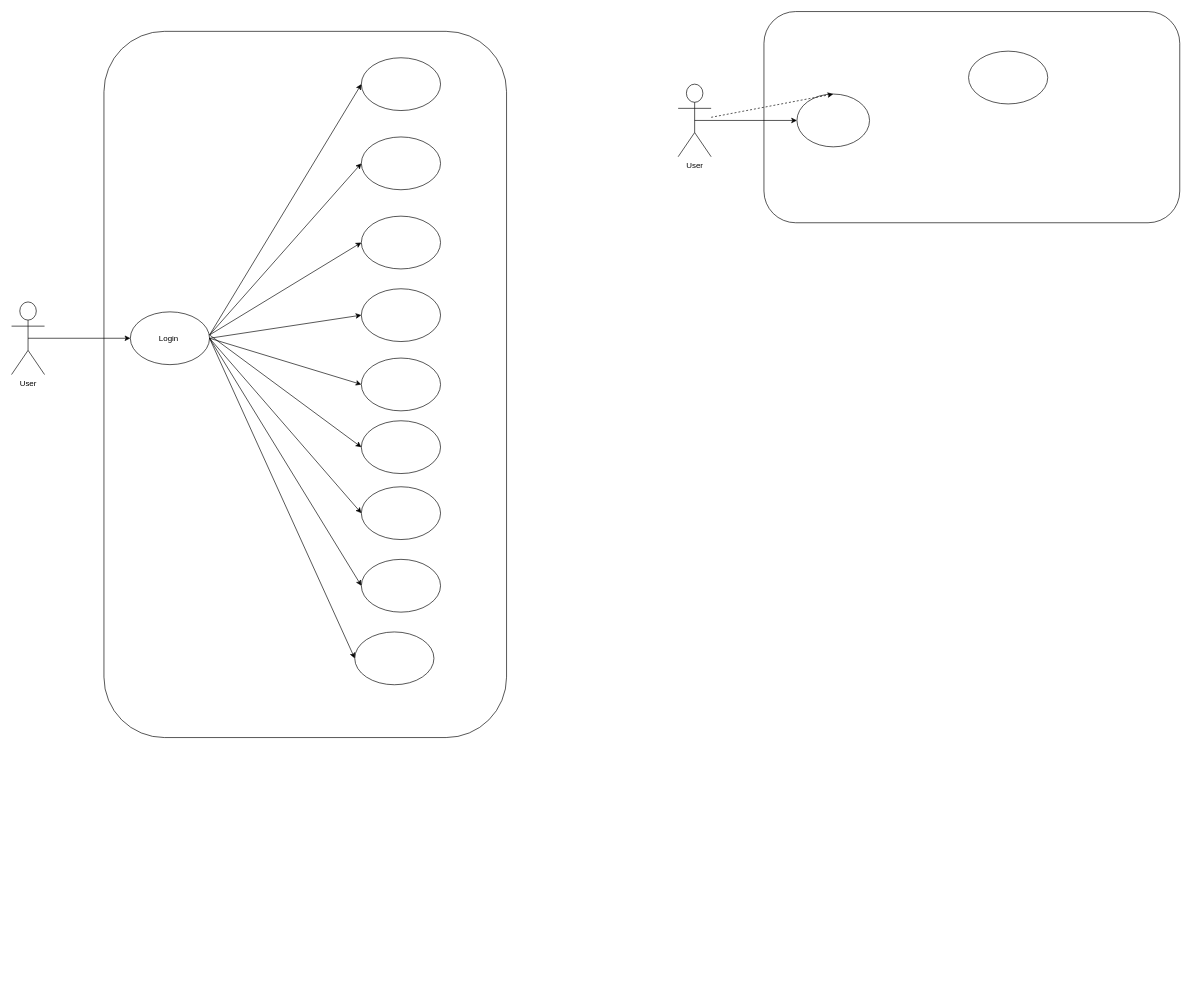
Mewww2k4/Project keeps this draw.io diagram as Untitled Diagram.drawio. Above is the earlier version. Source tidied: cells renumbered, new cells numbered last; positions are measured from the earlier drawing's top-left corner, leaving out a move shared by most shapes. Both pictures are drawn from the tidied source at 66%, with x=0, y=0 at pixel (11, 11).
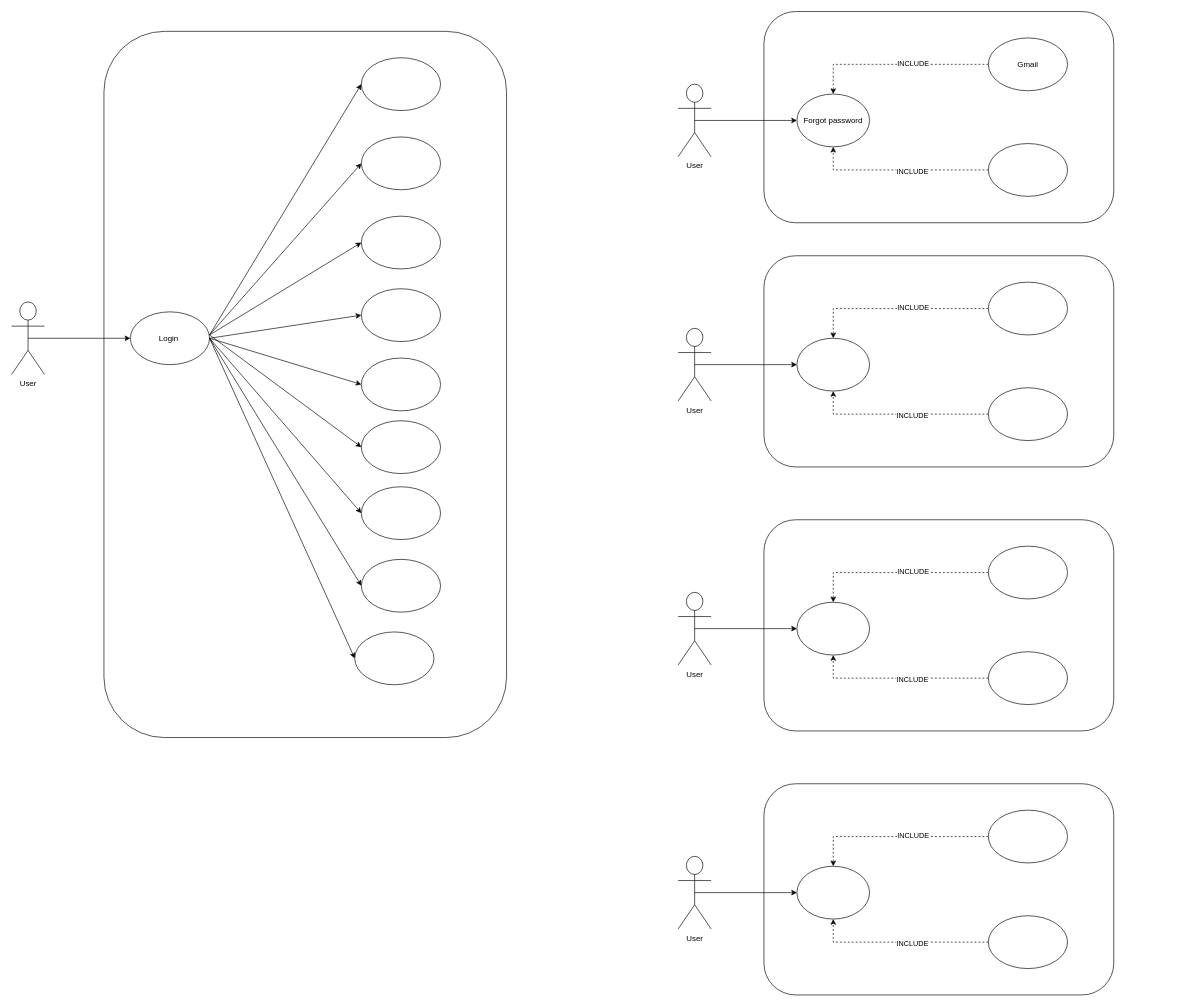
After the change.

Unchanged cells that the change refers to:
```xml
<mxCell id="9" value="User" style="shape=umlActor;verticalLabelPosition=bottom;verticalAlign=top;html=1;outlineConnect=0;" parent="1" vertex="1">
  <mxGeometry x="1010" y="110" width="50" height="110" as="geometry" />
</mxCell>
```

Change to the diagram source:
```diff
@@
-    <mxCell id="7" style="rounded=1;whiteSpace=wrap;html=1;" parent="1" vertex="1">
-      <mxGeometry x="1140" width="630" height="320" as="geometry" />
+    <mxCell id="7" style="rounded=1;whiteSpace=wrap;html=1;gradientColor=none;fillColor=none;" parent="1" vertex="1">
+      <mxGeometry x="1140" width="530" height="320" as="geometry" />
     </mxCell>
@@
-    <mxCell id="11" style="ellipse;whiteSpace=wrap;html=1;" parent="1" vertex="1">
+    <mxCell id="11" value="Forgot password" style="ellipse;whiteSpace=wrap;html=1;" parent="1" vertex="1">
       <mxGeometry x="1190" y="125" width="110" height="80" as="geometry" />
     </mxCell>
@@
-    <mxCell id="15" style="endArrow=classic;html=1;rounded=0;dashed=1;entryX=0.5;entryY=0;entryDx=0;entryDy=0;" parent="1" edge="1" source="9" target="11">
-      <mxGeometry relative="1" as="geometry" />
+    <mxCell id="15" style="endArrow=classic;html=1;rounded=0;dashed=1;entryX=0.5;entryY=0;entryDx=0;entryDy=0;exitX=0;exitY=0.5;exitDx=0;exitDy=0;" parent="1" edge="1" source="17" target="11">
+      <mxGeometry relative="1" as="geometry">
+        <Array as="points">
+          <mxPoint x="1245" y="80" />
+        </Array>
+      </mxGeometry>
     </mxCell>
+    <mxCell id="30" value="INCLUDE" style="edgeLabel;html=1;align=center;verticalAlign=middle;" parent="15" vertex="1">
+      <mxGeometry x="-0.18" y="-2" relative="1" as="geometry" />
+    </mxCell>
@@
-    <mxCell id="17" style="ellipse;whiteSpace=wrap;html=1;" parent="1" vertex="1">
-      <mxGeometry x="1450" y="60" width="120" height="80" as="geometry" />
+    <mxCell id="17" value="Gmail" style="ellipse;whiteSpace=wrap;html=1;" parent="1" vertex="1">
+      <mxGeometry x="1480" y="40" width="120" height="80" as="geometry" />
     </mxCell>
+    <mxCell id="31" style="endArrow=classic;html=1;rounded=0;dashed=1;entryX=0.5;entryY=1;entryDx=0;entryDy=0;exitX=0;exitY=0.5;exitDx=0;exitDy=0;" parent="1" edge="1" source="33" target="11">
+      <mxGeometry relative="1" as="geometry">
+        <Array as="points">
+          <mxPoint x="1245" y="240" />
+        </Array>
+      </mxGeometry>
+    </mxCell>
+    <mxCell id="32" value="INCLUDE" style="edgeLabel;html=1;align=center;verticalAlign=middle;" parent="31" vertex="1">
+      <mxGeometry x="-0.14" y="1" relative="1" as="geometry" />
+    </mxCell>
@@
+    <mxCell id="33" style="ellipse;whiteSpace=wrap;html=1;" parent="1" vertex="1">
+      <mxGeometry x="1480" y="200" width="120" height="80" as="geometry" />
+    </mxCell>
@@
+    <mxCell id="34" style="rounded=1;whiteSpace=wrap;html=1;gradientColor=none;fillColor=none;" parent="1" vertex="1">
+      <mxGeometry x="1140" y="370" width="530" height="320" as="geometry" />
+    </mxCell>
@@
+    <mxCell id="35" value="User" style="shape=umlActor;verticalLabelPosition=bottom;verticalAlign=top;html=1;outlineConnect=0;" parent="1" vertex="1">
+      <mxGeometry x="1010" y="480" width="50" height="110" as="geometry" />
+    </mxCell>
@@
+    <mxCell id="36" style="ellipse;whiteSpace=wrap;html=1;" parent="1" vertex="1">
+      <mxGeometry x="1190" y="495" width="110" height="80" as="geometry" />
+    </mxCell>
@@
+    <mxCell id="37" style="endArrow=classic;html=1;rounded=0;exitX=0.5;exitY=0.5;exitDx=0;exitDy=0;exitPerimeter=0;entryX=0;entryY=0.5;entryDx=0;entryDy=0;" parent="1" edge="1" source="35" target="36">
+      <mxGeometry relative="1" as="geometry" />
+    </mxCell>
@@
+    <mxCell id="38" style="endArrow=classic;html=1;rounded=0;dashed=1;entryX=0.5;entryY=0;entryDx=0;entryDy=0;exitX=0;exitY=0.5;exitDx=0;exitDy=0;" parent="1" edge="1" source="40" target="36">
+      <mxGeometry relative="1" as="geometry">
+        <Array as="points">
+          <mxPoint x="1245" y="450" />
+        </Array>
+      </mxGeometry>
+    </mxCell>
+    <mxCell id="39" value="INCLUDE" style="edgeLabel;html=1;align=center;verticalAlign=middle;" parent="38" vertex="1">
+      <mxGeometry x="-0.18" y="-2" relative="1" as="geometry" />
+    </mxCell>
@@
+    <mxCell id="40" style="ellipse;whiteSpace=wrap;html=1;" parent="1" vertex="1">
+      <mxGeometry x="1480" y="410" width="120" height="80" as="geometry" />
+    </mxCell>
@@
+    <mxCell id="41" style="endArrow=classic;html=1;rounded=0;dashed=1;entryX=0.5;entryY=1;entryDx=0;entryDy=0;exitX=0;exitY=0.5;exitDx=0;exitDy=0;" parent="1" edge="1" source="43" target="36">
+      <mxGeometry relative="1" as="geometry">
+        <Array as="points">
+          <mxPoint x="1245" y="610" />
+        </Array>
+      </mxGeometry>
+    </mxCell>
+    <mxCell id="42" value="INCLUDE" style="edgeLabel;html=1;align=center;verticalAlign=middle;" parent="41" vertex="1">
+      <mxGeometry x="-0.14" y="1" relative="1" as="geometry" />
+    </mxCell>
@@
+    <mxCell id="43" style="ellipse;whiteSpace=wrap;html=1;" parent="1" vertex="1">
+      <mxGeometry x="1480" y="570" width="120" height="80" as="geometry" />
+    </mxCell>
@@
+    <mxCell id="44" style="rounded=1;whiteSpace=wrap;html=1;gradientColor=none;fillColor=none;" parent="1" vertex="1">
+      <mxGeometry x="1140" y="770" width="530" height="320" as="geometry" />
+    </mxCell>
@@
+    <mxCell id="45" value="User" style="shape=umlActor;verticalLabelPosition=bottom;verticalAlign=top;html=1;outlineConnect=0;" parent="1" vertex="1">
+      <mxGeometry x="1010" y="880" width="50" height="110" as="geometry" />
+    </mxCell>
@@
+    <mxCell id="46" style="ellipse;whiteSpace=wrap;html=1;" parent="1" vertex="1">
+      <mxGeometry x="1190" y="895" width="110" height="80" as="geometry" />
+    </mxCell>
+    <mxCell id="47" style="endArrow=classic;html=1;rounded=0;exitX=0.5;exitY=0.5;exitDx=0;exitDy=0;exitPerimeter=0;entryX=0;entryY=0.5;entryDx=0;entryDy=0;" parent="1" edge="1" source="45" target="46">
+      <mxGeometry relative="1" as="geometry" />
+    </mxCell>
+    <mxCell id="48" style="endArrow=classic;html=1;rounded=0;dashed=1;entryX=0.5;entryY=0;entryDx=0;entryDy=0;exitX=0;exitY=0.5;exitDx=0;exitDy=0;" parent="1" edge="1" source="50" target="46">
+      <mxGeometry relative="1" as="geometry">
+        <Array as="points">
+          <mxPoint x="1245" y="850" />
+        </Array>
+      </mxGeometry>
+    </mxCell>
+    <mxCell id="49" value="INCLUDE" style="edgeLabel;html=1;align=center;verticalAlign=middle;" parent="48" vertex="1">
+      <mxGeometry x="-0.18" y="-2" relative="1" as="geometry" />
+    </mxCell>
+    <mxCell id="50" style="ellipse;whiteSpace=wrap;html=1;" parent="1" vertex="1">
+      <mxGeometry x="1480" y="810" width="120" height="80" as="geometry" />
+    </mxCell>
+    <mxCell id="51" style="endArrow=classic;html=1;rounded=0;dashed=1;entryX=0.5;entryY=1;entryDx=0;entryDy=0;exitX=0;exitY=0.5;exitDx=0;exitDy=0;" parent="1" edge="1" source="53" target="46">
+      <mxGeometry relative="1" as="geometry">
+        <Array as="points">
+          <mxPoint x="1245" y="1010" />
+        </Array>
+      </mxGeometry>
+    </mxCell>
+    <mxCell id="52" value="INCLUDE" style="edgeLabel;html=1;align=center;verticalAlign=middle;" parent="51" vertex="1">
+      <mxGeometry x="-0.14" y="1" relative="1" as="geometry" />
+    </mxCell>
+    <mxCell id="53" style="ellipse;whiteSpace=wrap;html=1;" parent="1" vertex="1">
+      <mxGeometry x="1480" y="970" width="120" height="80" as="geometry" />
+    </mxCell>
+    <mxCell id="54" style="rounded=1;whiteSpace=wrap;html=1;gradientColor=none;fillColor=none;" parent="1" vertex="1">
+      <mxGeometry x="1140" y="1170" width="530" height="320" as="geometry" />
+    </mxCell>
+    <mxCell id="55" value="User" style="shape=umlActor;verticalLabelPosition=bottom;verticalAlign=top;html=1;outlineConnect=0;" parent="1" vertex="1">
+      <mxGeometry x="1010" y="1280" width="50" height="110" as="geometry" />
+    </mxCell>
+    <mxCell id="56" style="ellipse;whiteSpace=wrap;html=1;" parent="1" vertex="1">
+      <mxGeometry x="1190" y="1295" width="110" height="80" as="geometry" />
+    </mxCell>
+    <mxCell id="57" style="endArrow=classic;html=1;rounded=0;exitX=0.5;exitY=0.5;exitDx=0;exitDy=0;exitPerimeter=0;entryX=0;entryY=0.5;entryDx=0;entryDy=0;" parent="1" edge="1" source="55" target="56">
+      <mxGeometry relative="1" as="geometry" />
+    </mxCell>
+    <mxCell id="58" style="endArrow=classic;html=1;rounded=0;dashed=1;entryX=0.5;entryY=0;entryDx=0;entryDy=0;exitX=0;exitY=0.5;exitDx=0;exitDy=0;" parent="1" edge="1" source="60" target="56">
+      <mxGeometry relative="1" as="geometry">
+        <Array as="points">
+          <mxPoint x="1245" y="1250" />
+        </Array>
+      </mxGeometry>
+    </mxCell>
+    <mxCell id="59" value="INCLUDE" style="edgeLabel;html=1;align=center;verticalAlign=middle;" parent="58" vertex="1">
+      <mxGeometry x="-0.18" y="-2" relative="1" as="geometry" />
+    </mxCell>
+    <mxCell id="60" style="ellipse;whiteSpace=wrap;html=1;" parent="1" vertex="1">
+      <mxGeometry x="1480" y="1210" width="120" height="80" as="geometry" />
+    </mxCell>
+    <mxCell id="61" style="endArrow=classic;html=1;rounded=0;dashed=1;entryX=0.5;entryY=1;entryDx=0;entryDy=0;exitX=0;exitY=0.5;exitDx=0;exitDy=0;" parent="1" edge="1" source="63" target="56">
+      <mxGeometry relative="1" as="geometry">
+        <Array as="points">
+          <mxPoint x="1245" y="1410" />
+        </Array>
+      </mxGeometry>
+    </mxCell>
+    <mxCell id="62" value="INCLUDE" style="edgeLabel;html=1;align=center;verticalAlign=middle;" parent="61" vertex="1">
+      <mxGeometry x="-0.14" y="1" relative="1" as="geometry" />
+    </mxCell>
+    <mxCell id="63" style="ellipse;whiteSpace=wrap;html=1;" parent="1" vertex="1">
+      <mxGeometry x="1480" y="1370" width="120" height="80" as="geometry" />
+    </mxCell>
```
